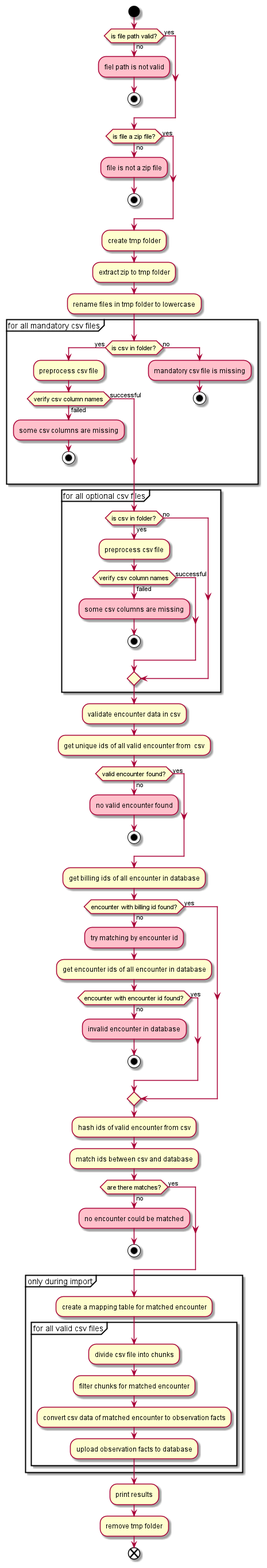
Before: docs/activity.png, a diagram exported from PlantUML (aktin/p21-script).
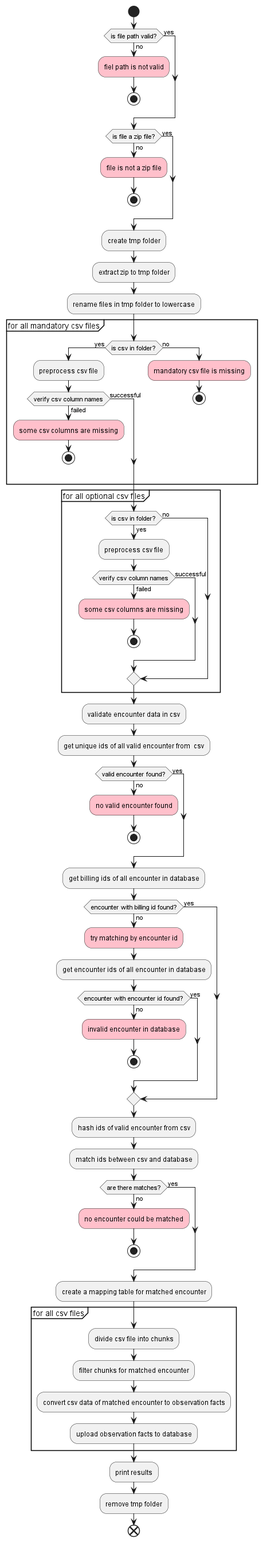
The same file after the commit.

Commit message:
updated diagram and README.md for merged verification and import

Change to the diagram source:
```diff
@@ -74,14 +74,12 @@
 stop
 endif
 
-partition "only during import" {
 :create a mapping table for matched encounter;
-partition "for all valid csv files" {
+partition "for all csv files" {
 :divide csv file into chunks;
 :filter chunks for matched encounter;
 :convert csv data of matched encounter to observation facts;
 :upload observation facts to database;
-}
 }
 
 :print results;
```
